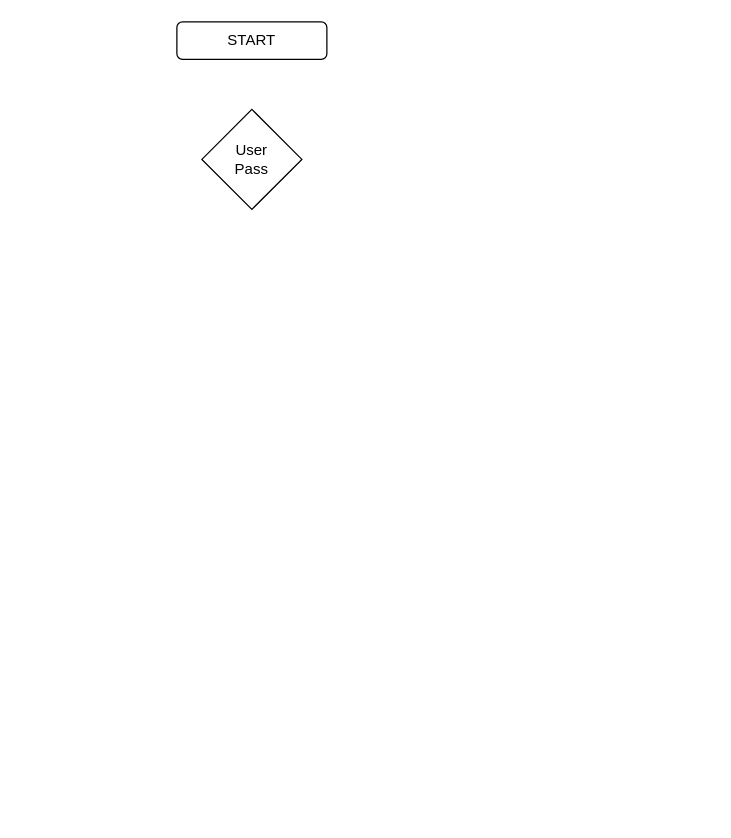
The draw.io diagram page "BackEnd - Users" (1 of 2) of web-checkin/Algorithm - Back End.drawio in danielo101/db-diagrams, before the edit. Source tidied: cells renumbered, new cells numbered last; positions are measured from the earlier drawing's top-left corner, leaving out a move shared by most shapes. Both pictures are drawn from the tidied source at 125%, with x=0, y=0 at pixel (176, 21).
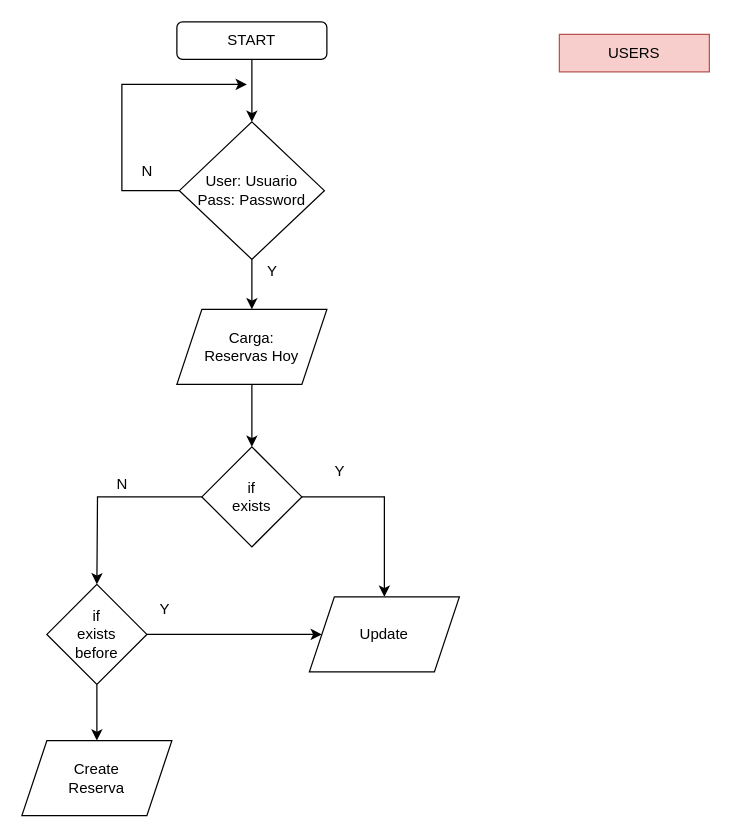
Above is the later version.

The change refers to these unchanged cells:
```xml
<mxCell id="2" value="START" style="rounded=1;whiteSpace=wrap;html=1;" parent="1" vertex="1">
  <mxGeometry width="120" height="30" as="geometry" />
</mxCell>
```

The edit, as a diff of the source:
```diff
@@
+    <mxCell id="4" style="edgeStyle=orthogonalEdgeStyle;rounded=0;jettySize=auto;html=1;entryX=0.5;entryY=0;entryDx=0;entryDy=0;" parent="1" edge="1" source="2" target="7">
+      <mxGeometry relative="1" as="geometry" />
+    </mxCell>
@@
-    <mxCell id="3" value="&lt;div&gt;User&lt;/div&gt;&lt;div&gt;Pass&lt;/div&gt;" style="rhombus;whiteSpace=wrap;html=1;" parent="1" vertex="1">
-      <mxGeometry x="20" y="70" width="80" height="80" as="geometry" />
-    </mxCell>
+    <mxCell id="5" style="edgeStyle=orthogonalEdgeStyle;rounded=0;jettySize=auto;html=1;" parent="1" edge="1" source="7" target="9">
+      <mxGeometry relative="1" as="geometry" />
+    </mxCell>
+    <mxCell id="6" style="edgeStyle=orthogonalEdgeStyle;rounded=0;jettySize=auto;html=1;exitX=0;exitY=0.5;exitDx=0;exitDy=0;" parent="1" edge="1" source="7">
+      <mxGeometry relative="1" as="geometry">
+        <mxPoint x="56" y="50" as="targetPoint" />
+        <Array as="points">
+          <mxPoint x="-44" y="135" />
+          <mxPoint x="-44" y="50" />
+        </Array>
+      </mxGeometry>
+    </mxCell>
+    <mxCell id="7" value="&lt;div&gt;User: Usuario&lt;/div&gt;&lt;div&gt;Pass: Password&lt;/div&gt;" style="rhombus;whiteSpace=wrap;html=1;" parent="1" vertex="1">
+      <mxGeometry x="2" y="80" width="116" height="110" as="geometry" />
+    </mxCell>
+    <mxCell id="8" style="edgeStyle=orthogonalEdgeStyle;rounded=0;jettySize=auto;html=1;exitX=0.5;exitY=1;exitDx=0;exitDy=0;entryX=0.5;entryY=0;entryDx=0;entryDy=0;" parent="1" edge="1" source="9" target="12">
+      <mxGeometry relative="1" as="geometry" />
+    </mxCell>
+    <mxCell id="9" value="&lt;div&gt;Carga:&lt;/div&gt;&lt;div&gt;Reservas Hoy&lt;br&gt;&lt;/div&gt;" style="shape=parallelogram;perimeter=parallelogramPerimeter;whiteSpace=wrap;html=1;fixedSize=1;" parent="1" vertex="1">
+      <mxGeometry y="230" width="120" height="60" as="geometry" />
+    </mxCell>
+    <mxCell id="10" style="edgeStyle=orthogonalEdgeStyle;rounded=0;jettySize=auto;html=1;exitX=1;exitY=0.5;exitDx=0;exitDy=0;" parent="1" edge="1" source="12" target="14">
+      <mxGeometry relative="1" as="geometry" />
+    </mxCell>
+    <mxCell id="11" style="edgeStyle=orthogonalEdgeStyle;rounded=0;jettySize=auto;html=1;exitX=0;exitY=0.5;exitDx=0;exitDy=0;" parent="1" edge="1" source="12">
+      <mxGeometry relative="1" as="geometry">
+        <mxPoint x="-64" y="450" as="targetPoint" />
+      </mxGeometry>
+    </mxCell>
+    <mxCell id="12" value="&lt;div&gt;if&lt;/div&gt;&lt;div&gt;exists&lt;br&gt;&lt;/div&gt;" style="rhombus;whiteSpace=wrap;html=1;" parent="1" vertex="1">
+      <mxGeometry x="20" y="340" width="80" height="80" as="geometry" />
+    </mxCell>
+    <mxCell id="13" value="&lt;div&gt;Create&lt;/div&gt;&lt;div&gt;Reserva&lt;br&gt;&lt;/div&gt;" style="shape=parallelogram;perimeter=parallelogramPerimeter;whiteSpace=wrap;html=1;fixedSize=1;" parent="1" vertex="1">
+      <mxGeometry x="-124" y="575" width="120" height="60" as="geometry" />
+    </mxCell>
+    <mxCell id="14" value="Update" style="shape=parallelogram;perimeter=parallelogramPerimeter;whiteSpace=wrap;html=1;fixedSize=1;" parent="1" vertex="1">
+      <mxGeometry x="106" y="460" width="120" height="60" as="geometry" />
+    </mxCell>
+    <mxCell id="15" value="Y" style="text;html=1;align=center;verticalAlign=middle;strokeColor=none;fillColor=none;" parent="1" vertex="1">
+      <mxGeometry x="120" y="350" width="20" height="20" as="geometry" />
+    </mxCell>
+    <mxCell id="16" value="N" style="text;html=1;align=center;verticalAlign=middle;strokeColor=none;fillColor=none;" parent="1" vertex="1">
+      <mxGeometry x="-54" y="360" width="20" height="20" as="geometry" />
+    </mxCell>
+    <mxCell id="17" style="edgeStyle=orthogonalEdgeStyle;rounded=0;jettySize=auto;html=1;exitX=1;exitY=0.5;exitDx=0;exitDy=0;entryX=0;entryY=0.5;entryDx=0;entryDy=0;" parent="1" edge="1" source="19" target="14">
+      <mxGeometry relative="1" as="geometry" />
+    </mxCell>
+    <mxCell id="18" style="edgeStyle=orthogonalEdgeStyle;rounded=0;jettySize=auto;html=1;entryX=0.5;entryY=0;entryDx=0;entryDy=0;" parent="1" edge="1" source="19" target="13">
+      <mxGeometry relative="1" as="geometry" />
+    </mxCell>
+    <mxCell id="19" value="&lt;div&gt;if &lt;br&gt;&lt;/div&gt;&lt;div&gt;exists&lt;/div&gt;&lt;div&gt;before&lt;br&gt;&lt;/div&gt;" style="rhombus;whiteSpace=wrap;html=1;" parent="1" vertex="1">
+      <mxGeometry x="-104" y="450" width="80" height="80" as="geometry" />
+    </mxCell>
+    <mxCell id="20" value="Y" style="text;html=1;align=center;verticalAlign=middle;strokeColor=none;fillColor=none;" parent="1" vertex="1">
+      <mxGeometry x="-20" y="460" width="20" height="20" as="geometry" />
+    </mxCell>
+    <mxCell id="21" value="Y" style="text;html=1;align=center;verticalAlign=middle;strokeColor=none;fillColor=none;" parent="1" vertex="1">
+      <mxGeometry x="66" y="190" width="20" height="20" as="geometry" />
+    </mxCell>
+    <mxCell id="22" value="N" style="text;html=1;align=center;verticalAlign=middle;strokeColor=none;fillColor=none;" parent="1" vertex="1">
+      <mxGeometry x="-34" y="110" width="20" height="20" as="geometry" />
+    </mxCell>
+    <mxCell id="23" value="USERS" style="rounded=0;whiteSpace=wrap;html=1;fillColor=#f8cecc;strokeColor=#b85450;" parent="1" vertex="1">
+      <mxGeometry x="306" y="10" width="120" height="30" as="geometry" />
+    </mxCell>
```
